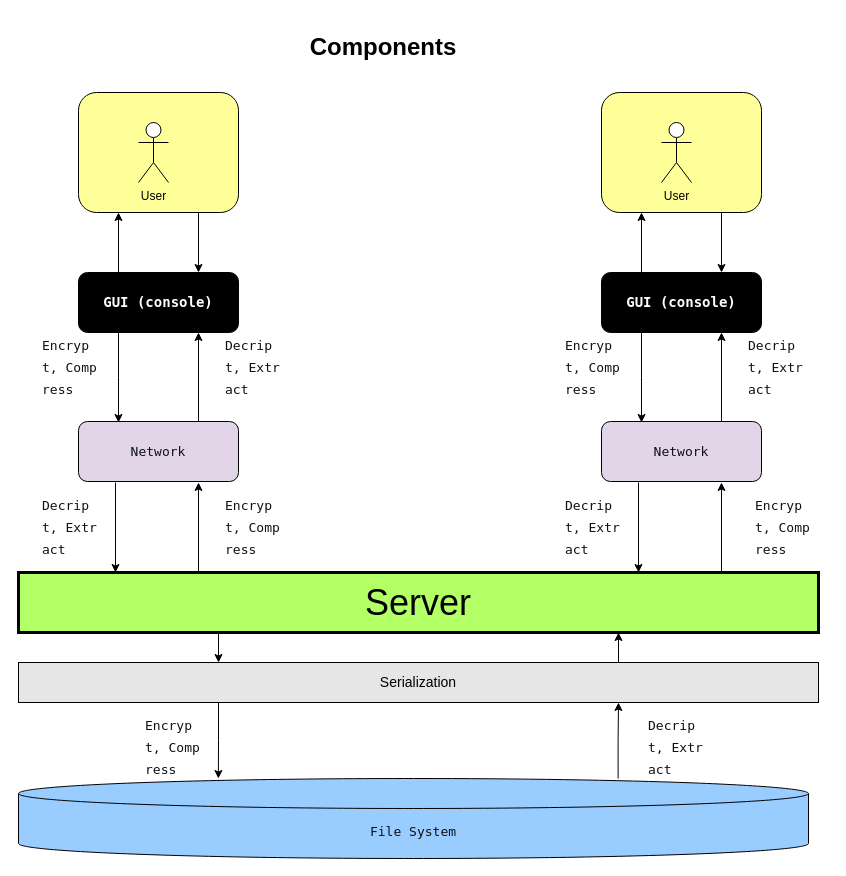
CheskisVladimir/MessengerV keeps this draw.io diagram as Documentation/Components.drawio. Above is the earlier version. Source tidied: cells renumbered, new cells numbered last; positions are measured from the earlier drawing's top-left corner, leaving out a move shared by most shapes. Both pictures are drawn from the tidied source at 100%, with x=0, y=0 at pixel (18, 32).
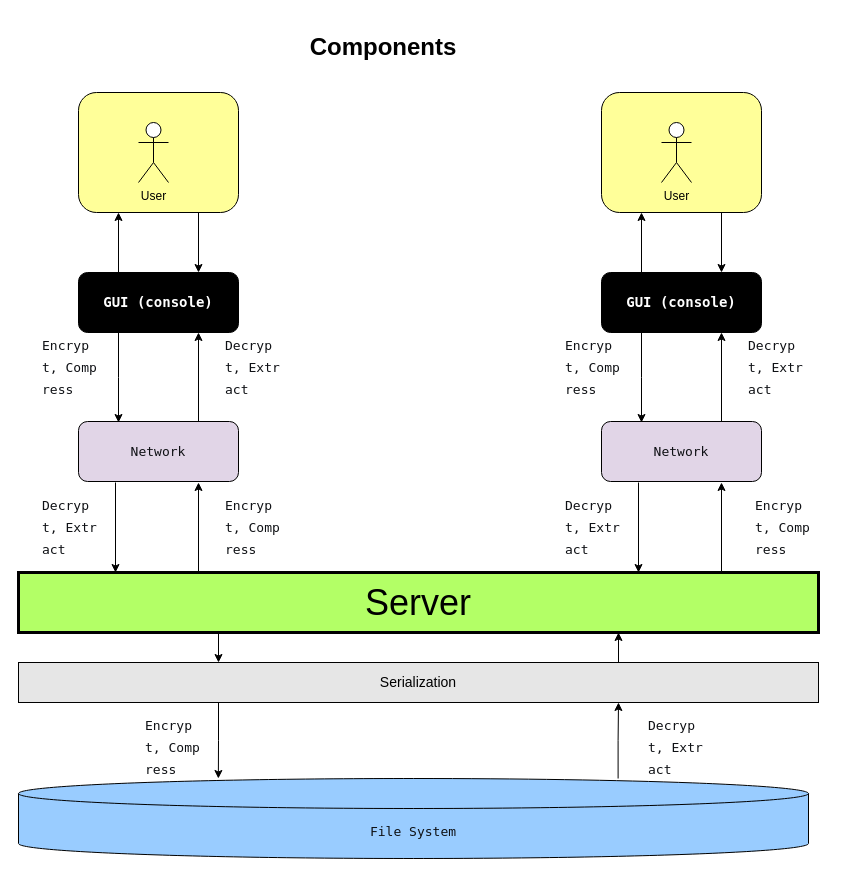
The same page after the edit.

The edit, as a diff of the source:
```diff
@@
-    <mxCell id="11" value="&lt;pre style=&quot;font-variant-numeric: normal; font-variant-east-asian: normal; font-variant-alternates: normal; font-size-adjust: none; font-kerning: auto; font-optical-sizing: auto; font-feature-settings: normal; font-variation-settings: normal; font-variant-position: normal; font-variant-emoji: normal; font-stretch: normal; font-size: 13px; line-height: 22px; font-family: Menlo, Monaco, Consolas, &amp;quot;Cascadia Mono&amp;quot;, &amp;quot;Ubuntu Mono&amp;quot;, &amp;quot;DejaVu Sans Mono&amp;quot;, &amp;quot;Liberation Mono&amp;quot;, &amp;quot;JetBrains Mono&amp;quot;, &amp;quot;Fira Code&amp;quot;, Cousine, &amp;quot;Roboto Mono&amp;quot;, &amp;quot;Courier New&amp;quot;, Courier, sans-serif, system-ui; overflow: auto; text-wrap-mode: wrap; word-break: break-all; padding: 16px; color: rgb(15, 17, 21); text-align: start; margin: 0px !important;&quot;&gt;Decript, Extract&lt;/pre&gt;" style="text;html=1;whiteSpace=wrap;strokeColor=none;fillColor=none;align=center;verticalAlign=middle;rounded=0;" parent="1" vertex="1">
+    <mxCell id="11" value="&lt;pre style=&quot;font-variant-numeric: normal; font-variant-east-asian: normal; font-variant-alternates: normal; font-size-adjust: none; font-kerning: auto; font-optical-sizing: auto; font-feature-settings: normal; font-variation-settings: normal; font-variant-position: normal; font-variant-emoji: normal; font-stretch: normal; font-size: 13px; line-height: 22px; font-family: Menlo, Monaco, Consolas, &amp;quot;Cascadia Mono&amp;quot;, &amp;quot;Ubuntu Mono&amp;quot;, &amp;quot;DejaVu Sans Mono&amp;quot;, &amp;quot;Liberation Mono&amp;quot;, &amp;quot;JetBrains Mono&amp;quot;, &amp;quot;Fira Code&amp;quot;, Cousine, &amp;quot;Roboto Mono&amp;quot;, &amp;quot;Courier New&amp;quot;, Courier, sans-serif, system-ui; overflow: auto; text-wrap-mode: wrap; word-break: break-all; padding: 16px; color: rgb(15, 17, 21); text-align: start; margin: 0px !important;&quot;&gt;Decrypt, Extract&lt;/pre&gt;" style="text;html=1;whiteSpace=wrap;strokeColor=none;fillColor=none;align=center;verticalAlign=middle;rounded=0;" parent="1" vertex="1">
       <mxGeometry x="190" y="320" width="90" height="30" as="geometry" />
     </mxCell>
@@
-    <mxCell id="13" value="&lt;pre style=&quot;font-variant-numeric: normal; font-variant-east-asian: normal; font-variant-alternates: normal; font-size-adjust: none; font-kerning: auto; font-optical-sizing: auto; font-feature-settings: normal; font-variation-settings: normal; font-variant-position: normal; font-variant-emoji: normal; font-stretch: normal; font-size: 13px; line-height: 22px; font-family: Menlo, Monaco, Consolas, &amp;quot;Cascadia Mono&amp;quot;, &amp;quot;Ubuntu Mono&amp;quot;, &amp;quot;DejaVu Sans Mono&amp;quot;, &amp;quot;Liberation Mono&amp;quot;, &amp;quot;JetBrains Mono&amp;quot;, &amp;quot;Fira Code&amp;quot;, Cousine, &amp;quot;Roboto Mono&amp;quot;, &amp;quot;Courier New&amp;quot;, Courier, sans-serif, system-ui; overflow: auto; text-wrap-mode: wrap; word-break: break-all; padding: 16px; color: rgb(15, 17, 21); text-align: start; margin: 0px !important;&quot;&gt;Decript, Extract&lt;/pre&gt;" style="text;html=1;whiteSpace=wrap;strokeColor=none;fillColor=none;align=center;verticalAlign=middle;rounded=0;" parent="1" vertex="1">
+    <mxCell id="13" value="&lt;pre style=&quot;font-variant-numeric: normal; font-variant-east-asian: normal; font-variant-alternates: normal; font-size-adjust: none; font-kerning: auto; font-optical-sizing: auto; font-feature-settings: normal; font-variation-settings: normal; font-variant-position: normal; font-variant-emoji: normal; font-stretch: normal; font-size: 13px; line-height: 22px; font-family: Menlo, Monaco, Consolas, &amp;quot;Cascadia Mono&amp;quot;, &amp;quot;Ubuntu Mono&amp;quot;, &amp;quot;DejaVu Sans Mono&amp;quot;, &amp;quot;Liberation Mono&amp;quot;, &amp;quot;JetBrains Mono&amp;quot;, &amp;quot;Fira Code&amp;quot;, Cousine, &amp;quot;Roboto Mono&amp;quot;, &amp;quot;Courier New&amp;quot;, Courier, sans-serif, system-ui; overflow: auto; text-wrap-mode: wrap; word-break: break-all; padding: 16px; color: rgb(15, 17, 21); text-align: start; margin: 0px !important;&quot;&gt;Decrypt, Extract&lt;/pre&gt;" style="text;html=1;whiteSpace=wrap;strokeColor=none;fillColor=none;align=center;verticalAlign=middle;rounded=0;" parent="1" vertex="1">
       <mxGeometry x="7" y="480" width="90" height="30" as="geometry" />
     </mxCell>
@@
-    <mxCell id="24" value="&lt;pre style=&quot;font-variant-numeric: normal; font-variant-east-asian: normal; font-variant-alternates: normal; font-size-adjust: none; font-kerning: auto; font-optical-sizing: auto; font-feature-settings: normal; font-variation-settings: normal; font-variant-position: normal; font-variant-emoji: normal; font-stretch: normal; font-size: 13px; line-height: 22px; font-family: Menlo, Monaco, Consolas, &amp;quot;Cascadia Mono&amp;quot;, &amp;quot;Ubuntu Mono&amp;quot;, &amp;quot;DejaVu Sans Mono&amp;quot;, &amp;quot;Liberation Mono&amp;quot;, &amp;quot;JetBrains Mono&amp;quot;, &amp;quot;Fira Code&amp;quot;, Cousine, &amp;quot;Roboto Mono&amp;quot;, &amp;quot;Courier New&amp;quot;, Courier, sans-serif, system-ui; overflow: auto; text-wrap-mode: wrap; word-break: break-all; padding: 16px; color: rgb(15, 17, 21); text-align: start; margin: 0px !important;&quot;&gt;Decript, Extract&lt;/pre&gt;" style="text;html=1;whiteSpace=wrap;strokeColor=none;fillColor=none;align=center;verticalAlign=middle;rounded=0;" parent="1" vertex="1">
+    <mxCell id="24" value="&lt;pre style=&quot;font-variant-numeric: normal; font-variant-east-asian: normal; font-variant-alternates: normal; font-size-adjust: none; font-kerning: auto; font-optical-sizing: auto; font-feature-settings: normal; font-variation-settings: normal; font-variant-position: normal; font-variant-emoji: normal; font-stretch: normal; font-size: 13px; line-height: 22px; font-family: Menlo, Monaco, Consolas, &amp;quot;Cascadia Mono&amp;quot;, &amp;quot;Ubuntu Mono&amp;quot;, &amp;quot;DejaVu Sans Mono&amp;quot;, &amp;quot;Liberation Mono&amp;quot;, &amp;quot;JetBrains Mono&amp;quot;, &amp;quot;Fira Code&amp;quot;, Cousine, &amp;quot;Roboto Mono&amp;quot;, &amp;quot;Courier New&amp;quot;, Courier, sans-serif, system-ui; overflow: auto; text-wrap-mode: wrap; word-break: break-all; padding: 16px; color: rgb(15, 17, 21); text-align: start; margin: 0px !important;&quot;&gt;Decrypt, Extract&lt;/pre&gt;" style="text;html=1;whiteSpace=wrap;strokeColor=none;fillColor=none;align=center;verticalAlign=middle;rounded=0;" parent="1" vertex="1">
       <mxGeometry x="713" y="320" width="90" height="30" as="geometry" />
     </mxCell>
@@
-    <mxCell id="27" value="&lt;pre style=&quot;font-variant-numeric: normal; font-variant-east-asian: normal; font-variant-alternates: normal; font-size-adjust: none; font-kerning: auto; font-optical-sizing: auto; font-feature-settings: normal; font-variation-settings: normal; font-variant-position: normal; font-variant-emoji: normal; font-stretch: normal; font-size: 13px; line-height: 22px; font-family: Menlo, Monaco, Consolas, &amp;quot;Cascadia Mono&amp;quot;, &amp;quot;Ubuntu Mono&amp;quot;, &amp;quot;DejaVu Sans Mono&amp;quot;, &amp;quot;Liberation Mono&amp;quot;, &amp;quot;JetBrains Mono&amp;quot;, &amp;quot;Fira Code&amp;quot;, Cousine, &amp;quot;Roboto Mono&amp;quot;, &amp;quot;Courier New&amp;quot;, Courier, sans-serif, system-ui; overflow: auto; text-wrap-mode: wrap; word-break: break-all; padding: 16px; color: rgb(15, 17, 21); text-align: start; margin: 0px !important;&quot;&gt;Decript, Extract&lt;/pre&gt;" style="text;html=1;whiteSpace=wrap;strokeColor=none;fillColor=none;align=center;verticalAlign=middle;rounded=0;" parent="1" vertex="1">
+    <mxCell id="27" value="&lt;pre style=&quot;font-variant-numeric: normal; font-variant-east-asian: normal; font-variant-alternates: normal; font-size-adjust: none; font-kerning: auto; font-optical-sizing: auto; font-feature-settings: normal; font-variation-settings: normal; font-variant-position: normal; font-variant-emoji: normal; font-stretch: normal; font-size: 13px; line-height: 22px; font-family: Menlo, Monaco, Consolas, &amp;quot;Cascadia Mono&amp;quot;, &amp;quot;Ubuntu Mono&amp;quot;, &amp;quot;DejaVu Sans Mono&amp;quot;, &amp;quot;Liberation Mono&amp;quot;, &amp;quot;JetBrains Mono&amp;quot;, &amp;quot;Fira Code&amp;quot;, Cousine, &amp;quot;Roboto Mono&amp;quot;, &amp;quot;Courier New&amp;quot;, Courier, sans-serif, system-ui; overflow: auto; text-wrap-mode: wrap; word-break: break-all; padding: 16px; color: rgb(15, 17, 21); text-align: start; margin: 0px !important;&quot;&gt;Decrypt, Extract&lt;/pre&gt;" style="text;html=1;whiteSpace=wrap;strokeColor=none;fillColor=none;align=center;verticalAlign=middle;rounded=0;" parent="1" vertex="1">
       <mxGeometry x="530" y="480" width="90" height="30" as="geometry" />
     </mxCell>
@@
-    <mxCell id="39" value="&lt;pre style=&quot;font-variant-numeric: normal; font-variant-east-asian: normal; font-variant-alternates: normal; font-size-adjust: none; font-kerning: auto; font-optical-sizing: auto; font-feature-settings: normal; font-variation-settings: normal; font-variant-position: normal; font-variant-emoji: normal; font-stretch: normal; font-size: 13px; line-height: 22px; font-family: Menlo, Monaco, Consolas, &amp;quot;Cascadia Mono&amp;quot;, &amp;quot;Ubuntu Mono&amp;quot;, &amp;quot;DejaVu Sans Mono&amp;quot;, &amp;quot;Liberation Mono&amp;quot;, &amp;quot;JetBrains Mono&amp;quot;, &amp;quot;Fira Code&amp;quot;, Cousine, &amp;quot;Roboto Mono&amp;quot;, &amp;quot;Courier New&amp;quot;, Courier, sans-serif, system-ui; overflow: auto; text-wrap-mode: wrap; word-break: break-all; padding: 16px; color: rgb(15, 17, 21); text-align: start; margin: 0px !important;&quot;&gt;Decript, Extract&lt;/pre&gt;" style="text;html=1;whiteSpace=wrap;strokeColor=none;fillColor=none;align=center;verticalAlign=middle;rounded=0;" parent="1" vertex="1">
+    <mxCell id="39" value="&lt;pre style=&quot;font-variant-numeric: normal; font-variant-east-asian: normal; font-variant-alternates: normal; font-size-adjust: none; font-kerning: auto; font-optical-sizing: auto; font-feature-settings: normal; font-variation-settings: normal; font-variant-position: normal; font-variant-emoji: normal; font-stretch: normal; font-size: 13px; line-height: 22px; font-family: Menlo, Monaco, Consolas, &amp;quot;Cascadia Mono&amp;quot;, &amp;quot;Ubuntu Mono&amp;quot;, &amp;quot;DejaVu Sans Mono&amp;quot;, &amp;quot;Liberation Mono&amp;quot;, &amp;quot;JetBrains Mono&amp;quot;, &amp;quot;Fira Code&amp;quot;, Cousine, &amp;quot;Roboto Mono&amp;quot;, &amp;quot;Courier New&amp;quot;, Courier, sans-serif, system-ui; overflow: auto; text-wrap-mode: wrap; word-break: break-all; padding: 16px; color: rgb(15, 17, 21); text-align: start; margin: 0px !important;&quot;&gt;Decrypt, Extract&lt;/pre&gt;" style="text;html=1;whiteSpace=wrap;strokeColor=none;fillColor=none;align=center;verticalAlign=middle;rounded=0;" parent="1" vertex="1">
       <mxGeometry x="613" y="700" width="90" height="30" as="geometry" />
     </mxCell>
```
